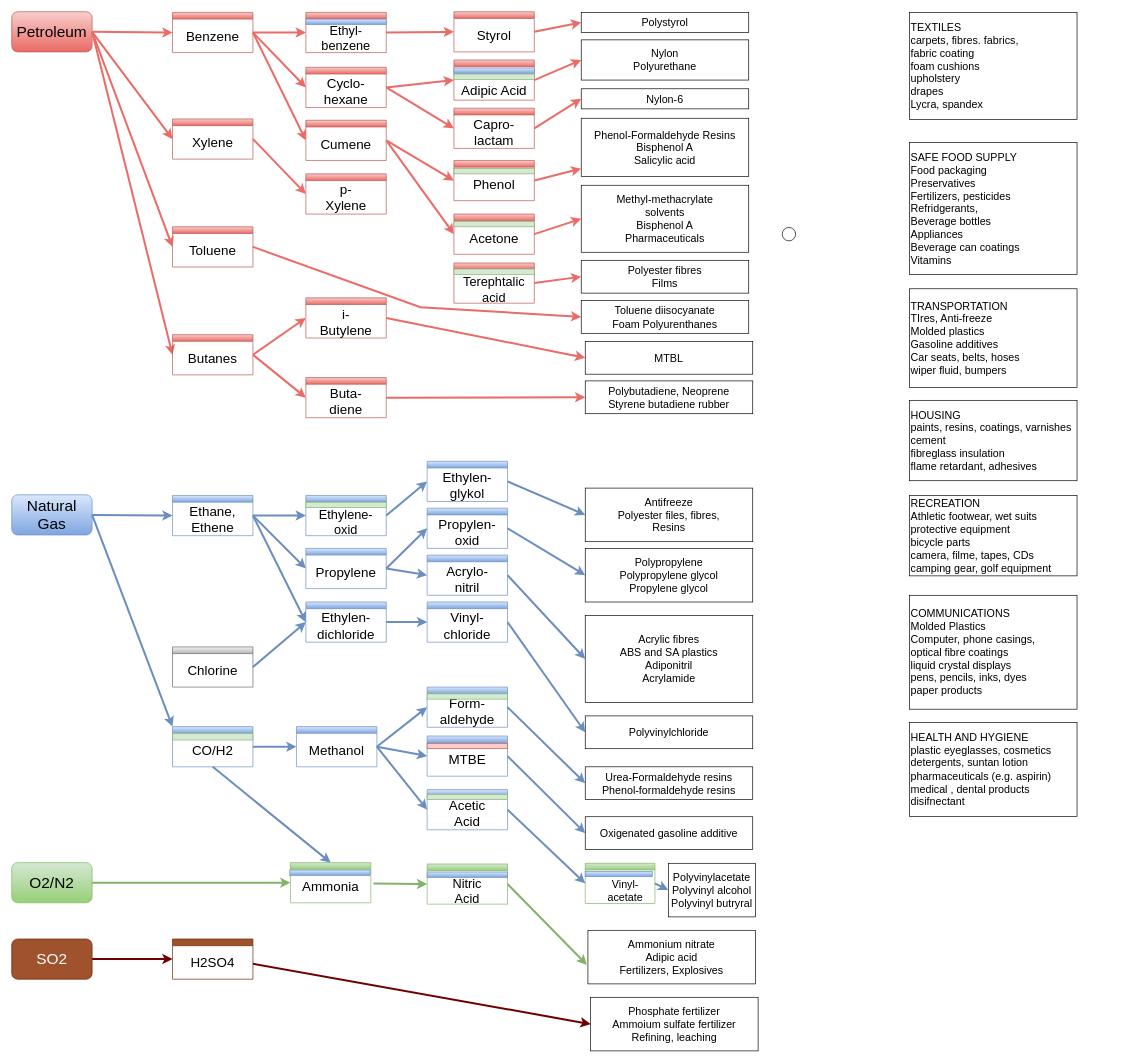
Earlier version of the draw.io diagram chemicalValueChain.drawio (kay-squared/PyTorchLearn). Source tidied: cells renumbered, new cells numbered last; positions are measured from the earlier drawing's top-left corner, leaving out a move shared by most shapes. Both pictures are drawn from the tidied source at 67%, with x=0, y=0 at pixel (11, 11).
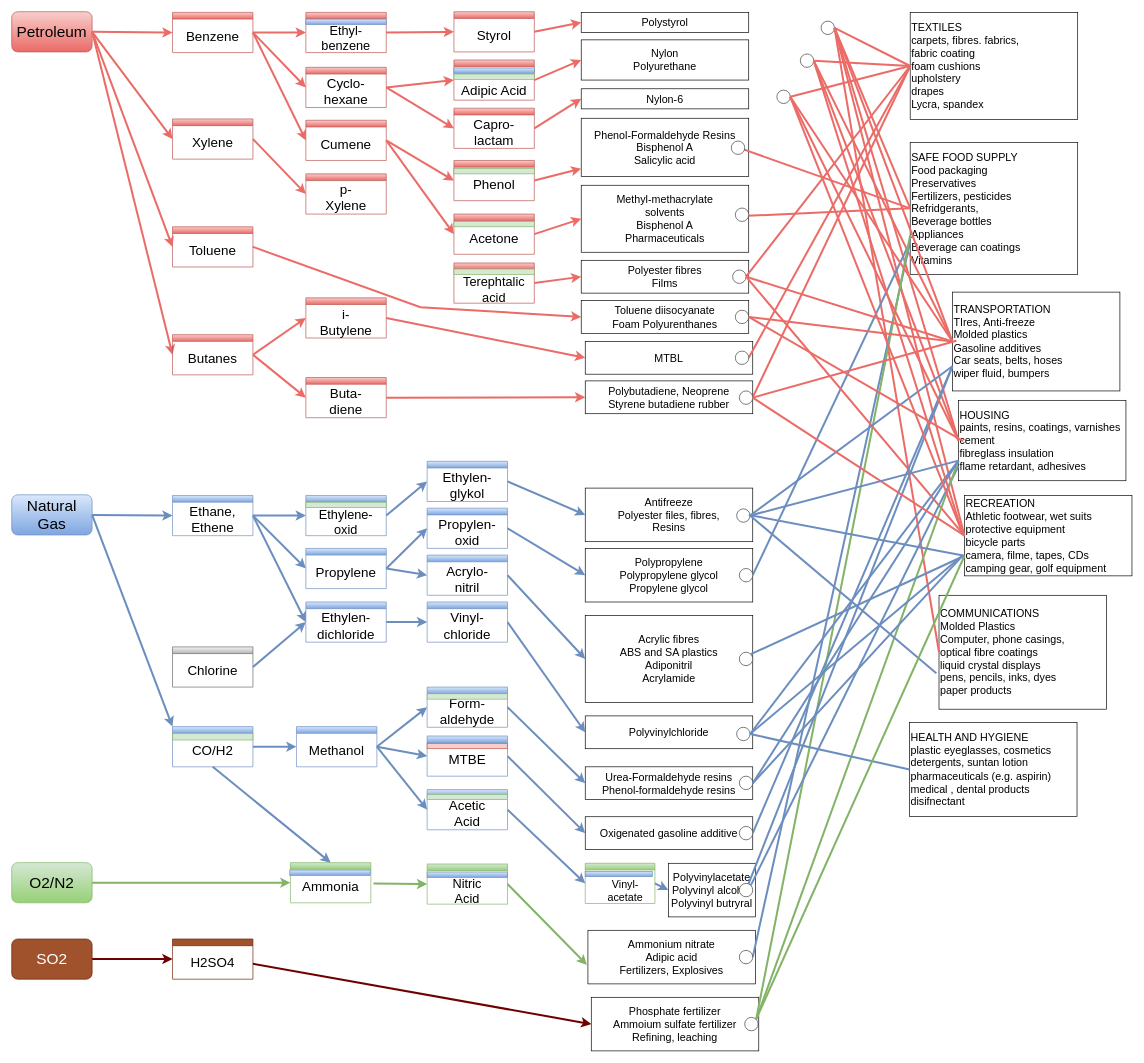
Above is the later version.

The change refers to these unchanged cells:
```xml
<mxCell id="120" value="Polybutadiene, Neoprene&lt;br style=&quot;font-size: 16px;&quot;&gt;Styrene butadiene rubber" style="rounded=0;whiteSpace=wrap;html=1;fontSize=16;align=center;" parent="1" vertex="1">
  <mxGeometry x="856" y="551" width="250" height="49" as="geometry" />
</mxCell>
<mxCell id="131" value="Urea-Formaldehyde resins&lt;br style=&quot;font-size: 16px;&quot;&gt;Phenol-formaldehyde resins" style="rounded=0;whiteSpace=wrap;html=1;fontSize=16;align=center;" parent="1" vertex="1">
  <mxGeometry x="856" y="1127" width="250" height="49" as="geometry" />
</mxCell>
<mxCell id="164" value="HEALTH AND HYGIENE&lt;br&gt;plastic eyeglasses, cosmetics&lt;br&gt;detergents, suntan lotion&lt;br&gt;pharmaceuticals (e.g. aspirin)&lt;br&gt;medical , dental products&lt;br&gt;disifnectant" style="rounded=0;whiteSpace=wrap;html=1;fontSize=16;align=left;" parent="1" vertex="1">
  <mxGeometry x="1340" y="1061" width="250" height="140" as="geometry" />
</mxCell>
```

Diff of the diagram source:
```diff
@@
+    <mxCell id="166" style="endArrow=none;html=1;rounded=0;fillColor=#f8cecc;strokeColor=#EB6B66;strokeWidth=3;entryX=0;entryY=0.5;entryDx=0;entryDy=0;exitX=1;exitY=0.5;exitDx=0;exitDy=0;endFill=0;" parent="1" edge="1" source="177" target="158">
+      <mxGeometry relative="1" as="geometry" />
+    </mxCell>
+    <mxCell id="110" value="Nylon-6" style="rounded=0;whiteSpace=wrap;html=1;fontSize=16;align=center;" parent="1" vertex="1">
+      <mxGeometry x="850" y="115" width="250" height="30" as="geometry" />
+    </mxCell>
+    <mxCell id="106" value="Polystyrol" style="rounded=0;whiteSpace=wrap;html=1;fontSize=16;align=center;" parent="1" vertex="1">
+      <mxGeometry x="850" y="1" width="250" height="30" as="geometry" />
+    </mxCell>
+    <mxCell id="165" style="ellipse;whiteSpace=wrap;html=1;strokeColor=#3e3d3d;" parent="1" vertex="1">
+      <mxGeometry x="1208" y="14" width="20" height="20" as="geometry" />
+    </mxCell>
@@
-    <mxCell id="106" value="Polystyrol" style="rounded=0;whiteSpace=wrap;html=1;fontSize=16;align=center;" parent="1" vertex="1">
-      <mxGeometry x="850" y="1" width="250" height="30" as="geometry" />
-    </mxCell>
@@
-    <mxCell id="110" value="Nylon-6" style="rounded=0;whiteSpace=wrap;html=1;fontSize=16;align=center;" parent="1" vertex="1">
-      <mxGeometry x="850" y="115" width="250" height="30" as="geometry" />
-    </mxCell>
@@
     <mxCell id="138" value="Phosphate fertilizer&lt;br style=&quot;font-size: 16px;&quot;&gt;Ammoium sulfate fertilizer&lt;br style=&quot;font-size: 16px;&quot;&gt;Refining, leaching" style="rounded=0;whiteSpace=wrap;html=1;fontSize=16;align=center;" parent="1" vertex="1">
-      <mxGeometry x="864" y="1471" width="250" height="80" as="geometry" />
+      <mxGeometry x="865" y="1471" width="250" height="80" as="geometry" />
     </mxCell>
@@
     <mxCell id="158" value="TEXTILES&lt;br&gt;carpets, fibres. fabrics, &lt;br&gt;fabric coating&lt;br&gt;foam cushions&lt;br&gt;upholstery&lt;br&gt;drapes&lt;br&gt;Lycra, spandex" style="rounded=0;whiteSpace=wrap;html=1;fontSize=16;align=left;" parent="1" vertex="1">
-      <mxGeometry x="1340" y="1" width="250" height="160" as="geometry" />
+      <mxGeometry x="1341" y="1" width="250" height="160" as="geometry" />
     </mxCell>
     <mxCell id="159" value="SAFE FOOD SUPPLY&lt;br&gt;Food packaging&lt;br&gt;Preservatives&lt;br&gt;Fertilizers, pesticides&lt;br&gt;Refridgerants,&lt;br&gt;Beverage bottles&lt;br&gt;Appliances&lt;br&gt;Beverage can coatings&lt;br&gt;Vitamins" style="rounded=0;whiteSpace=wrap;html=1;fontSize=16;align=left;" parent="1" vertex="1">
-      <mxGeometry x="1340" y="195" width="250" height="197" as="geometry" />
+      <mxGeometry x="1341" y="195" width="250" height="197" as="geometry" />
     </mxCell>
     <mxCell id="160" value="TRANSPORTATION&lt;br&gt;TIres, Anti-freeze&lt;br&gt;Molded plastics&lt;br&gt;Gasoline additives&lt;br&gt;Car seats, belts, hoses&lt;br&gt;wiper fluid, bumpers" style="rounded=0;whiteSpace=wrap;html=1;fontSize=16;align=left;" parent="1" vertex="1">
-      <mxGeometry x="1340" y="413.5" width="250" height="147.5" as="geometry" />
+      <mxGeometry x="1404" y="418.5" width="250" height="147.5" as="geometry" />
     </mxCell>
     <mxCell id="161" value="HOUSING&lt;br&gt;paints, resins, coatings, varnishes&lt;br&gt;cement&lt;br&gt;fibreglass insulation&lt;br&gt;flame retardant, adhesives" style="rounded=0;whiteSpace=wrap;html=1;fontSize=16;align=left;" parent="1" vertex="1">
-      <mxGeometry x="1340" y="580" width="250" height="120" as="geometry" />
+      <mxGeometry x="1413" y="580" width="250" height="120" as="geometry" />
     </mxCell>
     <mxCell id="162" value="RECREATION&lt;br&gt;Athletic footwear, wet suits&lt;br&gt;protective equipment&lt;br&gt;bicycle parts&lt;br&gt;camera, filme, tapes, CDs&lt;br&gt;camping gear, golf equipment" style="rounded=0;whiteSpace=wrap;html=1;fontSize=16;align=left;" parent="1" vertex="1">
-      <mxGeometry x="1340" y="722" width="250" height="120" as="geometry" />
+      <mxGeometry x="1422" y="722" width="250" height="120" as="geometry" />
     </mxCell>
     <mxCell id="163" value="COMMUNICATIONS&lt;br&gt;Molded Plastics&lt;br&gt;Computer, phone casings,&lt;br&gt;optical fibre coatings&lt;br&gt;liquid crystal displays&lt;br&gt;pens, pencils, inks, dyes&lt;br&gt;paper products" style="rounded=0;whiteSpace=wrap;html=1;fontSize=16;align=left;" parent="1" vertex="1">
-      <mxGeometry x="1340" y="871" width="250" height="170" as="geometry" />
+      <mxGeometry x="1384" y="871" width="250" height="170" as="geometry" />
     </mxCell>
@@
-    <mxCell id="165" style="ellipse;whiteSpace=wrap;html=1;" parent="1" vertex="1">
-      <mxGeometry x="1150" y="322" width="20" height="20" as="geometry" />
-    </mxCell>
+    <mxCell id="167" style="endArrow=none;html=1;rounded=0;fillColor=#f8cecc;strokeColor=#EB6B66;strokeWidth=3;entryX=0;entryY=0.5;entryDx=0;entryDy=0;endFill=0;exitX=1;exitY=0.5;exitDx=0;exitDy=0;" parent="1" edge="1" source="165" target="158">
+      <mxGeometry relative="1" as="geometry" />
+    </mxCell>
+    <mxCell id="168" style="endArrow=none;html=1;rounded=0;fillColor=#f8cecc;strokeColor=#EB6B66;strokeWidth=3;exitX=1;exitY=0.5;exitDx=0;exitDy=0;entryX=0;entryY=0.5;entryDx=0;entryDy=0;endFill=0;" parent="1" edge="1" source="165" target="159">
+      <mxGeometry relative="1" as="geometry" />
+    </mxCell>
+    <mxCell id="169" style="endArrow=none;html=1;rounded=0;fillColor=#f8cecc;strokeColor=#EB6B66;strokeWidth=3;exitX=1;exitY=0.5;exitDx=0;exitDy=0;entryX=0;entryY=0.5;entryDx=0;entryDy=0;endFill=0;" parent="1" edge="1" source="165" target="160">
+      <mxGeometry relative="1" as="geometry" />
+    </mxCell>
+    <mxCell id="170" style="endArrow=none;html=1;rounded=0;fillColor=#f8cecc;strokeColor=#EB6B66;strokeWidth=3;exitX=1;exitY=0.5;exitDx=0;exitDy=0;entryX=0;entryY=0.5;entryDx=0;entryDy=0;endFill=0;" parent="1" edge="1" source="165" target="161">
+      <mxGeometry relative="1" as="geometry" />
+    </mxCell>
+    <mxCell id="171" style="endArrow=none;html=1;rounded=0;fillColor=#f8cecc;strokeColor=#EB6B66;strokeWidth=3;entryX=0;entryY=0.5;entryDx=0;entryDy=0;exitX=1;exitY=0.5;exitDx=0;exitDy=0;endFill=0;" parent="1" edge="1" source="165" target="162">
+      <mxGeometry relative="1" as="geometry" />
+    </mxCell>
+    <mxCell id="172" style="ellipse;whiteSpace=wrap;html=1;strokeColor=#3c3939;" parent="1" vertex="1">
+      <mxGeometry x="1177" y="63" width="20" height="20" as="geometry" />
+    </mxCell>
+    <mxCell id="173" style="endArrow=none;html=1;rounded=0;fillColor=#f8cecc;strokeColor=#EB6B66;strokeWidth=3;entryX=0;entryY=0.5;entryDx=0;entryDy=0;exitX=1;exitY=0.5;exitDx=0;exitDy=0;endFill=0;" parent="1" edge="1" source="172" target="158">
+      <mxGeometry relative="1" as="geometry" />
+    </mxCell>
+    <mxCell id="174" style="endArrow=none;html=1;rounded=0;fillColor=#f8cecc;strokeColor=#EB6B66;strokeWidth=3;exitX=1;exitY=0.5;exitDx=0;exitDy=0;endFill=0;entryX=0;entryY=0.5;entryDx=0;entryDy=0;" parent="1" edge="1" source="172" target="160">
+      <mxGeometry relative="1" as="geometry" />
+    </mxCell>
+    <mxCell id="175" style="endArrow=none;html=1;rounded=0;fillColor=#f8cecc;strokeColor=#EB6B66;strokeWidth=3;entryX=0;entryY=0.5;entryDx=0;entryDy=0;exitX=1;exitY=0.5;exitDx=0;exitDy=0;endFill=0;" parent="1" edge="1" source="172" target="161">
+      <mxGeometry relative="1" as="geometry" />
+    </mxCell>
+    <mxCell id="176" style="endArrow=none;html=1;rounded=0;fillColor=#f8cecc;strokeColor=#EB6B66;strokeWidth=3;exitX=1;exitY=0.5;exitDx=0;exitDy=0;endFill=0;entryX=0;entryY=0.5;entryDx=0;entryDy=0;" parent="1" edge="1" source="165" target="163">
+      <mxGeometry relative="1" as="geometry" />
+    </mxCell>
+    <mxCell id="177" style="ellipse;whiteSpace=wrap;html=1;strokeColor=#3e3d3d;" parent="1" vertex="1">
+      <mxGeometry x="1142" y="117" width="20" height="20" as="geometry" />
+    </mxCell>
+    <mxCell id="178" style="endArrow=none;html=1;rounded=0;fillColor=#f8cecc;strokeColor=#EB6B66;strokeWidth=3;entryX=0;entryY=0.5;entryDx=0;entryDy=0;endFill=0;exitX=1;exitY=0.5;exitDx=0;exitDy=0;" parent="1" edge="1" source="120" target="158">
+      <mxGeometry relative="1" as="geometry" />
+    </mxCell>
+    <mxCell id="179" style="ellipse;whiteSpace=wrap;html=1;strokeColor=#3e3d3d;" parent="1" vertex="1">
+      <mxGeometry x="1086" y="566" width="20" height="20" as="geometry" />
+    </mxCell>
+    <mxCell id="180" style="endArrow=none;html=1;rounded=0;fillColor=#f8cecc;strokeColor=#EB6B66;strokeWidth=3;entryX=0;entryY=0.5;entryDx=0;entryDy=0;endFill=0;exitX=1;exitY=0.5;exitDx=0;exitDy=0;" parent="1" edge="1" source="181" target="158">
+      <mxGeometry relative="1" as="geometry" />
+    </mxCell>
+    <mxCell id="181" style="ellipse;whiteSpace=wrap;html=1;strokeColor=#3e3d3d;" parent="1" vertex="1">
+      <mxGeometry x="1080" y="506.5" width="20" height="20" as="geometry" />
+    </mxCell>
+    <mxCell id="182" style="endArrow=none;html=1;rounded=0;fillColor=#f8cecc;strokeColor=#EB6B66;strokeWidth=3;endFill=0;exitX=1;exitY=0.5;exitDx=0;exitDy=0;entryX=0;entryY=0.5;entryDx=0;entryDy=0;" parent="1" edge="1" source="183" target="158">
+      <mxGeometry relative="1" as="geometry" />
+    </mxCell>
+    <mxCell id="183" style="ellipse;whiteSpace=wrap;html=1;strokeColor=#3e3d3d;" parent="1" vertex="1">
+      <mxGeometry x="1076" y="385.5" width="20" height="20" as="geometry" />
+    </mxCell>
+    <mxCell id="184" style="endArrow=none;html=1;rounded=0;fillColor=#f8cecc;strokeColor=#EB6B66;strokeWidth=3;entryX=0;entryY=0.5;entryDx=0;entryDy=0;endFill=0;exitX=0.5;exitY=0.6;exitDx=0;exitDy=0;exitPerimeter=0;" parent="1" edge="1" source="185" target="159">
+      <mxGeometry relative="1" as="geometry" />
+    </mxCell>
+    <mxCell id="185" style="ellipse;whiteSpace=wrap;html=1;strokeColor=#3e3d3d;" parent="1" vertex="1">
+      <mxGeometry x="1080" y="293" width="20" height="20" as="geometry" />
+    </mxCell>
+    <mxCell id="186" style="endArrow=none;html=1;rounded=0;fillColor=#f8cecc;strokeColor=#EB6B66;strokeWidth=3;entryX=0;entryY=0.5;entryDx=0;entryDy=0;endFill=0;exitX=0.7;exitY=0.55;exitDx=0;exitDy=0;exitPerimeter=0;" parent="1" edge="1" source="187" target="159">
+      <mxGeometry relative="1" as="geometry" />
+    </mxCell>
+    <mxCell id="187" style="ellipse;whiteSpace=wrap;html=1;strokeColor=#3e3d3d;" parent="1" vertex="1">
+      <mxGeometry x="1074" y="193" width="20" height="20" as="geometry" />
+    </mxCell>
+    <mxCell id="188" style="endArrow=none;html=1;rounded=0;fillColor=#dae8fc;strokeColor=#6c8ebf;strokeWidth=3;entryX=0;entryY=0.75;entryDx=0;entryDy=0;endFill=0;exitX=1;exitY=0.5;exitDx=0;exitDy=0;" parent="1" edge="1" source="189" target="159">
+      <mxGeometry relative="1" as="geometry" />
+    </mxCell>
+    <mxCell id="189" style="ellipse;whiteSpace=wrap;html=1;strokeColor=#3e3d3d;" parent="1" vertex="1">
+      <mxGeometry x="1086" y="831" width="20" height="20" as="geometry" />
+    </mxCell>
+    <mxCell id="190" style="endArrow=none;html=1;rounded=0;fillColor=#dae8fc;strokeColor=#6c8ebf;strokeWidth=3;entryX=0;entryY=0.75;entryDx=0;entryDy=0;endFill=0;exitX=1;exitY=0.5;exitDx=0;exitDy=0;" parent="1" edge="1" source="191" target="159">
+      <mxGeometry relative="1" as="geometry" />
+    </mxCell>
+    <mxCell id="191" style="ellipse;whiteSpace=wrap;html=1;strokeColor=#3e3d3d;" parent="1" vertex="1">
+      <mxGeometry x="1086" y="1401" width="20" height="20" as="geometry" />
+    </mxCell>
+    <mxCell id="192" style="ellipse;whiteSpace=wrap;html=1;strokeColor=#3e3d3d;" parent="1" vertex="1">
+      <mxGeometry x="1094" y="1501" width="20" height="20" as="geometry" />
+    </mxCell>
+    <mxCell id="193" style="endArrow=none;html=1;rounded=0;fillColor=#d5e8d4;strokeColor=#82b366;strokeWidth=3;endFill=0;exitX=1;exitY=0;exitDx=0;exitDy=0;entryX=0;entryY=0.704;entryDx=0;entryDy=0;entryPerimeter=0;" parent="1" edge="1" source="192" target="159">
+      <mxGeometry relative="1" as="geometry" />
+    </mxCell>
+    <mxCell id="194" style="endArrow=none;html=1;rounded=0;fillColor=#f8cecc;strokeColor=#EB6B66;strokeWidth=3;exitX=1;exitY=0.5;exitDx=0;exitDy=0;endFill=0;entryX=0;entryY=0.5;entryDx=0;entryDy=0;" parent="1" edge="1" source="177" target="160">
+      <mxGeometry relative="1" as="geometry" />
+    </mxCell>
+    <mxCell id="195" style="endArrow=none;html=1;rounded=0;fillColor=#f8cecc;strokeColor=#EB6B66;strokeWidth=3;entryX=0;entryY=0.5;entryDx=0;entryDy=0;endFill=0;exitX=1;exitY=0.5;exitDx=0;exitDy=0;" parent="1" edge="1" source="196" target="160">
+      <mxGeometry relative="1" as="geometry" />
+    </mxCell>
+    <mxCell id="196" style="ellipse;whiteSpace=wrap;html=1;strokeColor=#3e3d3d;" parent="1" vertex="1">
+      <mxGeometry x="1080" y="445.5" width="20" height="20" as="geometry" />
+    </mxCell>
+    <mxCell id="197" style="endArrow=none;html=1;rounded=0;fillColor=#f8cecc;strokeColor=#EB6B66;strokeWidth=3;endFill=0;exitX=1;exitY=0.5;exitDx=0;exitDy=0;entryX=0;entryY=0.5;entryDx=0;entryDy=0;" parent="1" edge="1" source="183" target="160">
+      <mxGeometry relative="1" as="geometry" />
+    </mxCell>
+    <mxCell id="198" style="endArrow=none;html=1;rounded=0;fillColor=#f8cecc;strokeColor=#EB6B66;strokeWidth=3;endFill=0;exitX=1;exitY=0.5;exitDx=0;exitDy=0;entryX=0;entryY=0.5;entryDx=0;entryDy=0;" parent="1" edge="1" source="183" target="162">
+      <mxGeometry relative="1" as="geometry" />
+    </mxCell>
+    <mxCell id="199" style="endArrow=none;html=1;rounded=0;fillColor=#f8cecc;strokeColor=#EB6B66;strokeWidth=3;endFill=0;exitX=1;exitY=0.5;exitDx=0;exitDy=0;" parent="1" edge="1" source="179">
+      <mxGeometry relative="1" as="geometry">
+        <mxPoint x="1410" y="491" as="targetPoint" />
+      </mxGeometry>
+    </mxCell>
+    <mxCell id="200" style="endArrow=none;html=1;rounded=0;fillColor=#dae8fc;strokeColor=#6c8ebf;strokeWidth=3;entryX=0;entryY=0.75;entryDx=0;entryDy=0;endFill=0;exitX=1;exitY=0.5;exitDx=0;exitDy=0;" parent="1" edge="1" source="201" target="160">
+      <mxGeometry relative="1" as="geometry" />
+    </mxCell>
+    <mxCell id="201" style="ellipse;whiteSpace=wrap;html=1;strokeColor=#3e3d3d;" parent="1" vertex="1">
+      <mxGeometry x="1082" y="742" width="20" height="20" as="geometry" />
+    </mxCell>
+    <mxCell id="202" style="endArrow=none;html=1;rounded=0;fillColor=#dae8fc;strokeColor=#6c8ebf;strokeWidth=3;entryX=0;entryY=0.75;entryDx=0;entryDy=0;endFill=0;exitX=1;exitY=0.5;exitDx=0;exitDy=0;" parent="1" edge="1" source="203" target="160">
+      <mxGeometry relative="1" as="geometry" />
+    </mxCell>
+    <mxCell id="203" style="ellipse;whiteSpace=wrap;html=1;strokeColor=#3e3d3d;" parent="1" vertex="1">
+      <mxGeometry x="1086" y="1216" width="20" height="20" as="geometry" />
+    </mxCell>
+    <mxCell id="204" style="endArrow=none;html=1;rounded=0;fillColor=#dae8fc;strokeColor=#6c8ebf;strokeWidth=3;entryX=0;entryY=0.75;entryDx=0;entryDy=0;endFill=0;" parent="1" edge="1" source="205" target="160">
+      <mxGeometry relative="1" as="geometry" />
+    </mxCell>
+    <mxCell id="205" style="ellipse;whiteSpace=wrap;html=1;strokeColor=#3e3d3d;" parent="1" vertex="1">
+      <mxGeometry x="1086" y="1301" width="20" height="20" as="geometry" />
+    </mxCell>
+    <mxCell id="206" style="endArrow=none;html=1;rounded=0;fillColor=#f8cecc;strokeColor=#EB6B66;strokeWidth=3;entryX=0;entryY=0.5;entryDx=0;entryDy=0;exitX=1;exitY=0.5;exitDx=0;exitDy=0;endFill=0;" parent="1" edge="1" source="177" target="161">
+      <mxGeometry relative="1" as="geometry" />
+    </mxCell>
+    <mxCell id="207" style="endArrow=none;html=1;rounded=0;fillColor=#f8cecc;strokeColor=#EB6B66;strokeWidth=3;entryX=0.028;entryY=0.508;entryDx=0;entryDy=0;exitX=1;exitY=0.5;exitDx=0;exitDy=0;endFill=0;entryPerimeter=0;" parent="1" edge="1" source="196" target="161">
+      <mxGeometry relative="1" as="geometry" />
+    </mxCell>
+    <mxCell id="208" style="endArrow=none;html=1;rounded=0;fillColor=#dae8fc;strokeColor=#6c8ebf;strokeWidth=3;endFill=0;exitX=1;exitY=0;exitDx=0;exitDy=0;entryX=0;entryY=0.817;entryDx=0;entryDy=0;entryPerimeter=0;" parent="1" edge="1" source="205" target="161">
+      <mxGeometry relative="1" as="geometry" />
+    </mxCell>
+    <mxCell id="209" style="endArrow=none;html=1;rounded=0;fillColor=#d5e8d4;strokeColor=#82b366;strokeWidth=3;endFill=0;entryX=0;entryY=0.75;entryDx=0;entryDy=0;exitX=1;exitY=0;exitDx=0;exitDy=0;" parent="1" edge="1" source="192" target="161">
+      <mxGeometry relative="1" as="geometry" />
+    </mxCell>
+    <mxCell id="210" style="endArrow=none;html=1;rounded=0;fillColor=#dae8fc;strokeColor=#6c8ebf;strokeWidth=3;endFill=0;entryX=0;entryY=0.75;entryDx=0;entryDy=0;exitX=1;exitY=0.5;exitDx=0;exitDy=0;" parent="1" edge="1" source="131" target="161">
+      <mxGeometry relative="1" as="geometry" />
+    </mxCell>
+    <mxCell id="211" style="ellipse;whiteSpace=wrap;html=1;strokeColor=#3e3d3d;" parent="1" vertex="1">
+      <mxGeometry x="1086" y="1141" width="20" height="20" as="geometry" />
+    </mxCell>
+    <mxCell id="212" style="ellipse;whiteSpace=wrap;html=1;strokeColor=#3e3d3d;" parent="1" vertex="1">
+      <mxGeometry x="1082" y="1068" width="20" height="20" as="geometry" />
+    </mxCell>
+    <mxCell id="213" style="endArrow=none;html=1;rounded=0;fillColor=#dae8fc;strokeColor=#6c8ebf;strokeWidth=3;endFill=0;entryX=0;entryY=0.75;entryDx=0;entryDy=0;exitX=1;exitY=0.5;exitDx=0;exitDy=0;" parent="1" edge="1" source="212" target="161">
+      <mxGeometry relative="1" as="geometry" />
+    </mxCell>
+    <mxCell id="214" style="endArrow=none;html=1;rounded=0;fillColor=#dae8fc;strokeColor=#6c8ebf;strokeWidth=3;endFill=0;exitX=1;exitY=0.5;exitDx=0;exitDy=0;entryX=0;entryY=0.5;entryDx=0;entryDy=0;" parent="1" edge="1" source="212" target="164">
+      <mxGeometry relative="1" as="geometry" />
+    </mxCell>
+    <mxCell id="215" style="endArrow=none;html=1;rounded=0;fillColor=#f8cecc;strokeColor=#EB6B66;strokeWidth=3;endFill=0;exitX=1;exitY=0.5;exitDx=0;exitDy=0;" parent="1" edge="1" source="177">
+      <mxGeometry relative="1" as="geometry">
+        <mxPoint x="1420" y="781" as="targetPoint" />
+      </mxGeometry>
+    </mxCell>
+    <mxCell id="216" style="endArrow=none;html=1;rounded=0;fillColor=#f8cecc;strokeColor=#EB6B66;strokeWidth=3;endFill=0;exitX=1;exitY=0.5;exitDx=0;exitDy=0;" parent="1" edge="1" source="172">
+      <mxGeometry relative="1" as="geometry">
+        <mxPoint x="1420" y="781" as="targetPoint" />
+      </mxGeometry>
+    </mxCell>
+    <mxCell id="217" style="endArrow=none;html=1;rounded=0;fillColor=#f8cecc;strokeColor=#EB6B66;strokeWidth=3;endFill=0;exitX=1;exitY=0.5;exitDx=0;exitDy=0;entryX=0;entryY=0.5;entryDx=0;entryDy=0;" parent="1" edge="1" source="179" target="162">
+      <mxGeometry relative="1" as="geometry" />
+    </mxCell>
+    <mxCell id="218" style="endArrow=none;html=1;rounded=0;fillColor=#dae8fc;strokeColor=#6c8ebf;strokeWidth=3;entryX=0;entryY=0.75;entryDx=0;entryDy=0;endFill=0;exitX=1;exitY=0.5;exitDx=0;exitDy=0;" parent="1" edge="1" source="201" target="161">
+      <mxGeometry relative="1" as="geometry" />
+    </mxCell>
+    <mxCell id="219" style="endArrow=none;html=1;rounded=0;fillColor=#dae8fc;strokeColor=#6c8ebf;strokeWidth=3;entryX=0;entryY=0.75;entryDx=0;entryDy=0;endFill=0;" parent="1" edge="1" target="162">
+      <mxGeometry relative="1" as="geometry">
+        <mxPoint x="1100" y="751" as="sourcePoint" />
+      </mxGeometry>
+    </mxCell>
+    <mxCell id="220" style="endArrow=none;html=1;rounded=0;fillColor=#dae8fc;strokeColor=#6c8ebf;strokeWidth=3;entryX=-0.016;entryY=0.684;entryDx=0;entryDy=0;endFill=0;exitX=1;exitY=0.5;exitDx=0;exitDy=0;entryPerimeter=0;" parent="1" edge="1" source="201" target="163">
+      <mxGeometry relative="1" as="geometry" />
+    </mxCell>
+    <mxCell id="221" style="endArrow=none;html=1;rounded=0;fillColor=#dae8fc;strokeColor=#6c8ebf;strokeWidth=3;endFill=0;exitX=1;exitY=0.5;exitDx=0;exitDy=0;" parent="1" edge="1" source="212">
+      <mxGeometry relative="1" as="geometry">
+        <mxPoint x="1420" y="811" as="targetPoint" />
+      </mxGeometry>
+    </mxCell>
+    <mxCell id="222" style="endArrow=none;html=1;rounded=0;fillColor=#dae8fc;strokeColor=#6c8ebf;strokeWidth=3;endFill=0;exitX=1;exitY=0;exitDx=0;exitDy=0;entryX=0;entryY=0.75;entryDx=0;entryDy=0;" parent="1" edge="1" source="223" target="162">
+      <mxGeometry relative="1" as="geometry" />
+    </mxCell>
+    <mxCell id="223" style="ellipse;whiteSpace=wrap;html=1;strokeColor=#3e3d3d;" parent="1" vertex="1">
+      <mxGeometry x="1086" y="956" width="20" height="20" as="geometry" />
+    </mxCell>
+    <mxCell id="224" style="endArrow=none;html=1;rounded=0;fillColor=#dae8fc;strokeColor=#6c8ebf;strokeWidth=3;endFill=0;exitX=1;exitY=0.5;exitDx=0;exitDy=0;" parent="1" edge="1" source="131">
+      <mxGeometry relative="1" as="geometry">
+        <mxPoint x="1420" y="811" as="targetPoint" />
+      </mxGeometry>
+    </mxCell>
+    <mxCell id="225" style="endArrow=none;html=1;rounded=0;fillColor=#d5e8d4;strokeColor=#82b366;strokeWidth=3;endFill=0;entryX=0;entryY=0.75;entryDx=0;entryDy=0;exitX=1;exitY=0;exitDx=0;exitDy=0;" parent="1" edge="1" source="192" target="162">
+      <mxGeometry relative="1" as="geometry" />
+    </mxCell>
```
